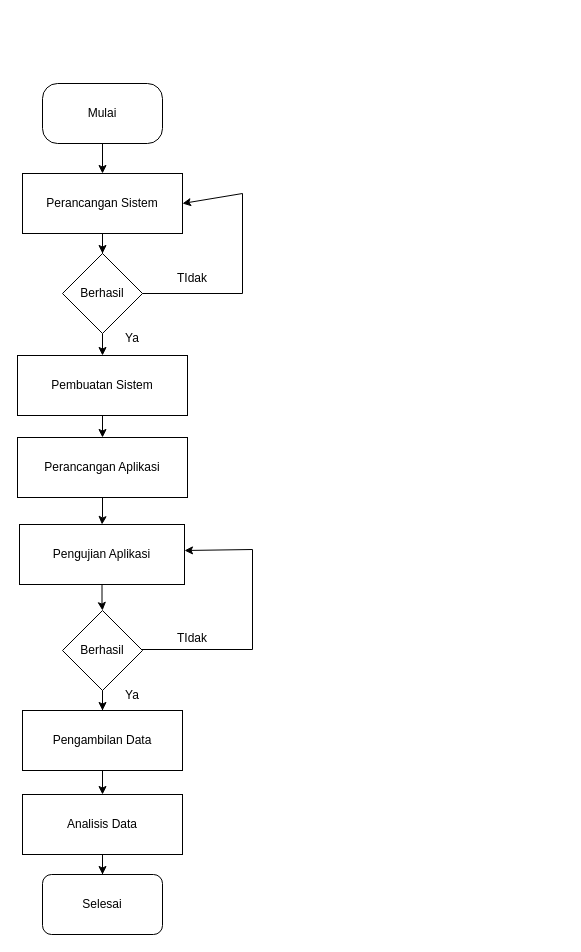
Above: Diagram Tanpa Judul.drawio in pacong12/Arduino (draw.io), before the change. Source tidied: cells renumbered, new cells numbered last; positions are measured from the earlier drawing's top-left corner, leaving out a move shared by most shapes. Both pictures are drawn from the tidied source at 100%, with x=0, y=0 at pixel (17, 83).
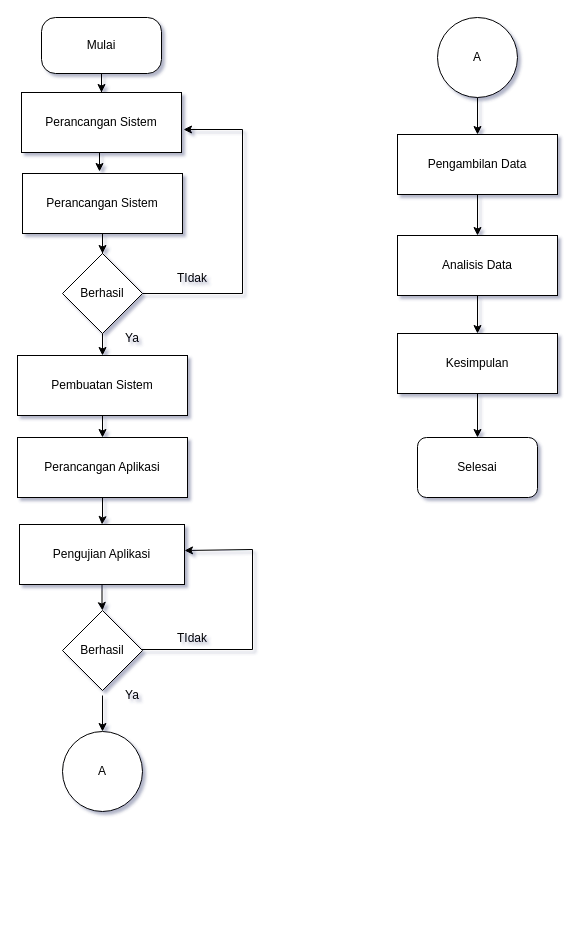
After the change.

What changed in the source:
```diff
@@
-<mxGraphModel>
+<mxGraphModel shadow="1">
@@
-    <mxCell id="2" style="edgeStyle=orthogonalEdgeStyle;rounded=0;jettySize=auto;html=1;" parent="1" edge="1" source="3" target="5">
-      <mxGeometry relative="1" as="geometry" />
-    </mxCell>
+    <mxCell id="27" style="edgeStyle=orthogonalEdgeStyle;rounded=0;jettySize=auto;html=1;" parent="1" edge="1" source="3" target="30">
+      <mxGeometry relative="1" as="geometry" />
+    </mxCell>
-    <mxCell id="3" value="&lt;font style=&quot;font-size: 12px;&quot;&gt;Mulai&lt;/font&gt;" style="rounded=1;whiteSpace=wrap;html=1;arcSize=25;" parent="1" vertex="1">
-      <mxGeometry x="25" width="120" height="60" as="geometry" />
+    <mxCell id="3" value="&lt;font style=&quot;font-size: 12px;&quot;&gt;Mulai&lt;/font&gt;" style="rounded=1;whiteSpace=wrap;html=1;arcSize=25;labelBackgroundColor=none;" parent="1" vertex="1">
+      <mxGeometry x="24" y="-66" width="120" height="56" as="geometry" />
     </mxCell>
-    <mxCell id="4" style="edgeStyle=orthogonalEdgeStyle;rounded=0;jettySize=auto;html=1;" parent="1" edge="1" source="5" target="7">
+    <mxCell id="4" style="edgeStyle=orthogonalEdgeStyle;rounded=0;jettySize=auto;html=1;labelBackgroundColor=none;fontColor=default;" parent="1" edge="1" source="5" target="7">
       <mxGeometry relative="1" as="geometry" />
     </mxCell>
-    <mxCell id="5" value="Perancangan Sistem" style="rounded=0;whiteSpace=wrap;html=1;" parent="1" vertex="1">
+    <mxCell id="5" value="Perancangan Sistem" style="rounded=0;whiteSpace=wrap;html=1;labelBackgroundColor=none;" parent="1" vertex="1">
       <mxGeometry x="5" y="90" width="160" height="60" as="geometry" />
     </mxCell>
-    <mxCell id="6" style="edgeStyle=orthogonalEdgeStyle;rounded=0;jettySize=auto;html=1;" parent="1" edge="1" source="7" target="9">
+    <mxCell id="6" style="edgeStyle=orthogonalEdgeStyle;rounded=0;jettySize=auto;html=1;labelBackgroundColor=none;fontColor=default;" parent="1" edge="1" source="7" target="9">
       <mxGeometry relative="1" as="geometry" />
     </mxCell>
-    <mxCell id="7" value="Berhasil" style="rhombus;whiteSpace=wrap;html=1;rounded=0;" parent="1" vertex="1">
+    <mxCell id="7" value="Berhasil" style="rhombus;whiteSpace=wrap;html=1;rounded=0;labelBackgroundColor=none;" parent="1" vertex="1">
       <mxGeometry x="45" y="170" width="80" height="80" as="geometry" />
     </mxCell>
-    <mxCell id="8" style="edgeStyle=orthogonalEdgeStyle;rounded=0;jettySize=auto;html=1;" parent="1" edge="1" source="9" target="12">
+    <mxCell id="8" style="edgeStyle=orthogonalEdgeStyle;rounded=0;jettySize=auto;html=1;labelBackgroundColor=none;fontColor=default;" parent="1" edge="1" source="9" target="12">
       <mxGeometry relative="1" as="geometry" />
     </mxCell>
-    <mxCell id="9" value="Pembuatan Sistem" style="rounded=0;whiteSpace=wrap;html=1;" parent="1" vertex="1">
+    <mxCell id="9" value="Pembuatan Sistem" style="rounded=0;whiteSpace=wrap;html=1;labelBackgroundColor=none;" parent="1" vertex="1">
       <mxGeometry y="272" width="170" height="60" as="geometry" />
     </mxCell>
-    <mxCell id="10" style="endArrow=classic;html=1;rounded=0;exitX=1;exitY=0.5;exitDx=0;exitDy=0;entryX=1;entryY=0.5;entryDx=0;entryDy=0;" parent="1" edge="1" source="7" target="5">
+    <mxCell id="10" style="endArrow=classic;html=1;rounded=0;exitX=1;exitY=0.5;exitDx=0;exitDy=0;labelBackgroundColor=none;fontColor=default;" parent="1" edge="1" source="7">
       <mxGeometry relative="1" as="geometry">
+        <mxPoint x="166" y="46" as="targetPoint" />
         <Array as="points">
           <mxPoint x="225" y="210" />
-          <mxPoint x="225" y="110" />
+          <mxPoint x="225" y="46" />
         </Array>
       </mxGeometry>
     </mxCell>
-    <mxCell id="11" style="edgeStyle=orthogonalEdgeStyle;rounded=0;jettySize=auto;html=1;" parent="1" edge="1" source="12" target="14">
+    <mxCell id="11" style="edgeStyle=orthogonalEdgeStyle;rounded=0;jettySize=auto;html=1;labelBackgroundColor=none;fontColor=default;" parent="1" edge="1" source="12" target="14">
       <mxGeometry relative="1" as="geometry" />
     </mxCell>
-    <mxCell id="12" value="Perancangan Aplikasi" style="rounded=0;whiteSpace=wrap;html=1;" parent="1" vertex="1">
+    <mxCell id="12" value="Perancangan Aplikasi" style="rounded=0;whiteSpace=wrap;html=1;labelBackgroundColor=none;" parent="1" vertex="1">
       <mxGeometry y="354" width="170" height="60" as="geometry" />
     </mxCell>
-    <mxCell id="13" style="edgeStyle=orthogonalEdgeStyle;rounded=0;jettySize=auto;html=1;" parent="1" edge="1" source="14" target="17">
+    <mxCell id="13" style="edgeStyle=orthogonalEdgeStyle;rounded=0;jettySize=auto;html=1;labelBackgroundColor=none;fontColor=default;" parent="1" edge="1" source="14" target="17">
       <mxGeometry relative="1" as="geometry" />
     </mxCell>
-    <mxCell id="14" value="Pengujian Aplikasi" style="rounded=0;whiteSpace=wrap;html=1;" parent="1" vertex="1">
+    <mxCell id="14" value="Pengujian Aplikasi" style="rounded=0;whiteSpace=wrap;html=1;labelBackgroundColor=none;" parent="1" vertex="1">
       <mxGeometry x="2" y="441" width="165" height="60" as="geometry" />
     </mxCell>
-    <mxCell id="15" style="edgeStyle=orthogonalEdgeStyle;rounded=0;orthogonalLoop=1;jettySize=auto;html=1;entryX=1;entryY=0.5;entryDx=0;entryDy=0;" parent="1" edge="1">
+    <mxCell id="15" style="edgeStyle=orthogonalEdgeStyle;rounded=0;orthogonalLoop=1;jettySize=auto;html=1;entryX=1;entryY=0.5;entryDx=0;entryDy=0;labelBackgroundColor=none;fontColor=default;" parent="1" edge="1">
       <mxGeometry relative="1" as="geometry">
         <mxPoint x="122" y="566" as="sourcePoint" />
         <mxPoint x="167" y="467" as="targetPoint" />
         <Array as="points">
           <mxPoint x="235" y="566" />
           <mxPoint x="235" y="466" />
         </Array>
       </mxGeometry>
     </mxCell>
-    <mxCell id="16" style="edgeStyle=orthogonalEdgeStyle;rounded=0;jettySize=auto;html=1;" parent="1" edge="1" source="17" target="19">
-      <mxGeometry relative="1" as="geometry" />
-    </mxCell>
-    <mxCell id="17" value="Berhasil" style="rhombus;whiteSpace=wrap;html=1;rounded=0;" parent="1" vertex="1">
+    <mxCell id="17" value="Berhasil" style="rhombus;whiteSpace=wrap;html=1;rounded=0;labelBackgroundColor=none;" parent="1" vertex="1">
       <mxGeometry x="45" y="527" width="80" height="80" as="geometry" />
     </mxCell>
@@
-    <mxCell id="19" value="Pengambilan Data" style="rounded=0;whiteSpace=wrap;html=1;" parent="1" vertex="1">
-      <mxGeometry x="5" y="627" width="160" height="60" as="geometry" />
+    <mxCell id="19" value="Pengambilan Data" style="rounded=0;whiteSpace=wrap;html=1;labelBackgroundColor=none;" parent="1" vertex="1">
+      <mxGeometry x="380" y="51" width="160" height="60" as="geometry" />
     </mxCell>
-    <mxCell id="20" style="edgeStyle=orthogonalEdgeStyle;rounded=0;jettySize=auto;html=1;" parent="1" edge="1" source="21" target="22">
-      <mxGeometry relative="1" as="geometry" />
-    </mxCell>
+    <mxCell id="28" style="edgeStyle=orthogonalEdgeStyle;rounded=0;jettySize=auto;html=1;" parent="1" edge="1" source="21" target="37">
+      <mxGeometry relative="1" as="geometry" />
+    </mxCell>
-    <mxCell id="21" value="Analisis Data" style="rounded=0;whiteSpace=wrap;html=1;" parent="1" vertex="1">
-      <mxGeometry x="5" y="711" width="160" height="60" as="geometry" />
+    <mxCell id="21" value="Analisis Data" style="rounded=0;whiteSpace=wrap;html=1;labelBackgroundColor=none;" parent="1" vertex="1">
+      <mxGeometry x="380" y="152" width="160" height="60" as="geometry" />
     </mxCell>
-    <mxCell id="22" value="Selesai" style="rounded=1;whiteSpace=wrap;html=1;" parent="1" vertex="1">
-      <mxGeometry x="25" y="791" width="120" height="60" as="geometry" />
+    <mxCell id="22" value="Selesai" style="rounded=1;whiteSpace=wrap;html=1;labelBackgroundColor=none;" parent="1" vertex="1">
+      <mxGeometry x="400" y="354" width="120" height="60" as="geometry" />
     </mxCell>
-    <mxCell id="23" value="TIdak" style="text;html=1;align=center;verticalAlign=middle;whiteSpace=wrap;rounded=0;" parent="1" vertex="1">
+    <mxCell id="23" value="TIdak" style="text;html=1;align=center;verticalAlign=middle;whiteSpace=wrap;rounded=0;labelBackgroundColor=none;" parent="1" vertex="1">
       <mxGeometry x="145" y="540" width="60" height="30" as="geometry" />
     </mxCell>
-    <mxCell id="24" value="TIdak" style="text;html=1;align=center;verticalAlign=middle;whiteSpace=wrap;rounded=0;" parent="1" vertex="1">
+    <mxCell id="24" value="TIdak" style="text;html=1;align=center;verticalAlign=middle;whiteSpace=wrap;rounded=0;labelBackgroundColor=none;" parent="1" vertex="1">
       <mxGeometry x="145" y="180" width="60" height="30" as="geometry" />
     </mxCell>
-    <mxCell id="25" value="Ya" style="text;html=1;align=center;verticalAlign=middle;whiteSpace=wrap;rounded=0;" parent="1" vertex="1">
+    <mxCell id="25" value="Ya" style="text;html=1;align=center;verticalAlign=middle;whiteSpace=wrap;rounded=0;labelBackgroundColor=none;" parent="1" vertex="1">
       <mxGeometry x="85" y="597" width="60" height="30" as="geometry" />
     </mxCell>
-    <mxCell id="26" value="Ya" style="text;html=1;align=center;verticalAlign=middle;whiteSpace=wrap;rounded=0;" parent="1" vertex="1">
+    <mxCell id="26" value="Ya" style="text;html=1;align=center;verticalAlign=middle;whiteSpace=wrap;rounded=0;labelBackgroundColor=none;" parent="1" vertex="1">
       <mxGeometry x="85" y="240" width="60" height="30" as="geometry" />
     </mxCell>
+    <mxCell id="29" style="edgeStyle=orthogonalEdgeStyle;rounded=0;jettySize=auto;html=1;" parent="1" edge="1" source="30">
+      <mxGeometry relative="1" as="geometry">
+        <mxPoint x="82" y="88" as="targetPoint" />
+        <Array as="points">
+          <mxPoint x="110" y="60" />
+          <mxPoint x="110" y="60" />
+        </Array>
+      </mxGeometry>
+    </mxCell>
+    <mxCell id="30" value="Perancangan Sistem" style="rounded=0;whiteSpace=wrap;html=1;labelBackgroundColor=none;" parent="1" vertex="1">
+      <mxGeometry x="4" y="9" width="160" height="60" as="geometry" />
+    </mxCell>
+    <mxCell id="31" value="A" style="ellipse;whiteSpace=wrap;html=1;" parent="1" vertex="1">
+      <mxGeometry x="45" y="648" width="80" height="80" as="geometry" />
+    </mxCell>
+    <mxCell id="32" style="endArrow=classic;html=1;rounded=0;exitX=0;exitY=0.5;exitDx=0;exitDy=0;entryX=0.5;entryY=0;entryDx=0;entryDy=0;" parent="1" edge="1" source="25" target="31">
+      <mxGeometry relative="1" as="geometry" />
+    </mxCell>
+    <mxCell id="33" style="edgeStyle=orthogonalEdgeStyle;rounded=0;jettySize=auto;html=1;" parent="1" edge="1" source="34" target="19">
+      <mxGeometry relative="1" as="geometry" />
+    </mxCell>
+    <mxCell id="34" value="A" style="ellipse;whiteSpace=wrap;html=1;" parent="1" vertex="1">
+      <mxGeometry x="420" y="-66" width="80" height="80" as="geometry" />
+    </mxCell>
+    <mxCell id="35" style="edgeStyle=orthogonalEdgeStyle;rounded=0;orthogonalLoop=1;jettySize=auto;html=1;exitX=0.5;exitY=1;exitDx=0;exitDy=0;" parent="1" edge="1" source="22" target="22">
+      <mxGeometry relative="1" as="geometry" />
+    </mxCell>
+    <mxCell id="36" style="edgeStyle=orthogonalEdgeStyle;rounded=0;jettySize=auto;html=1;" parent="1" edge="1" source="37" target="22">
+      <mxGeometry relative="1" as="geometry" />
+    </mxCell>
+    <mxCell id="37" value="Kesimpulan" style="rounded=0;whiteSpace=wrap;html=1;labelBackgroundColor=none;" parent="1" vertex="1">
+      <mxGeometry x="380" y="250" width="160" height="60" as="geometry" />
+    </mxCell>
```
